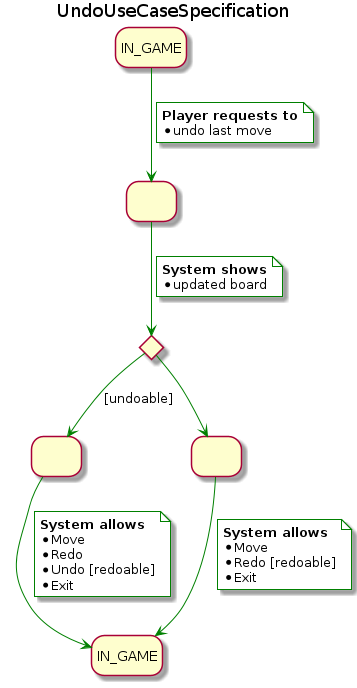
This is docs/output/use-cases/specification/UndoUseCaseSpecification.png from Master-Desarrollo-20-21/patrones-diseno---practica-final---juego-de-las-damas-fraylopez, a PlantUML export, as it was before one commit.
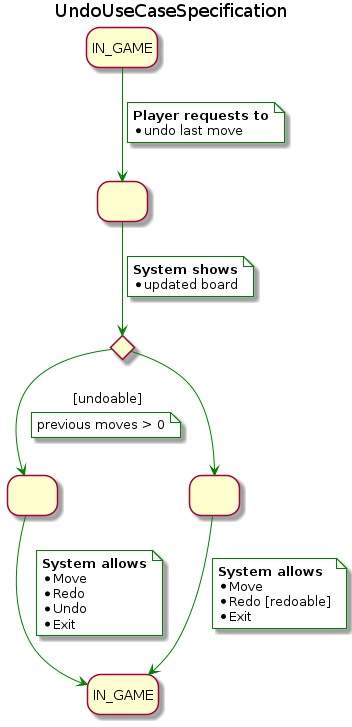
The same file after the commit.

What changed in the source:
```diff
@@ -23,6 +23,9 @@
 end note
 
 ifUndoable -[#green]-> undoable : [undoable]
+note on link #white
+  previous moves > 0
+end note
 ifUndoable -[#green]-> not_undoable
 
 
@@ -31,7 +34,7 @@
   <b>System allows
   * Move
   * Redo
-  * Undo [redoable]
+  * Undo
   * Exit
 end note
 
```
